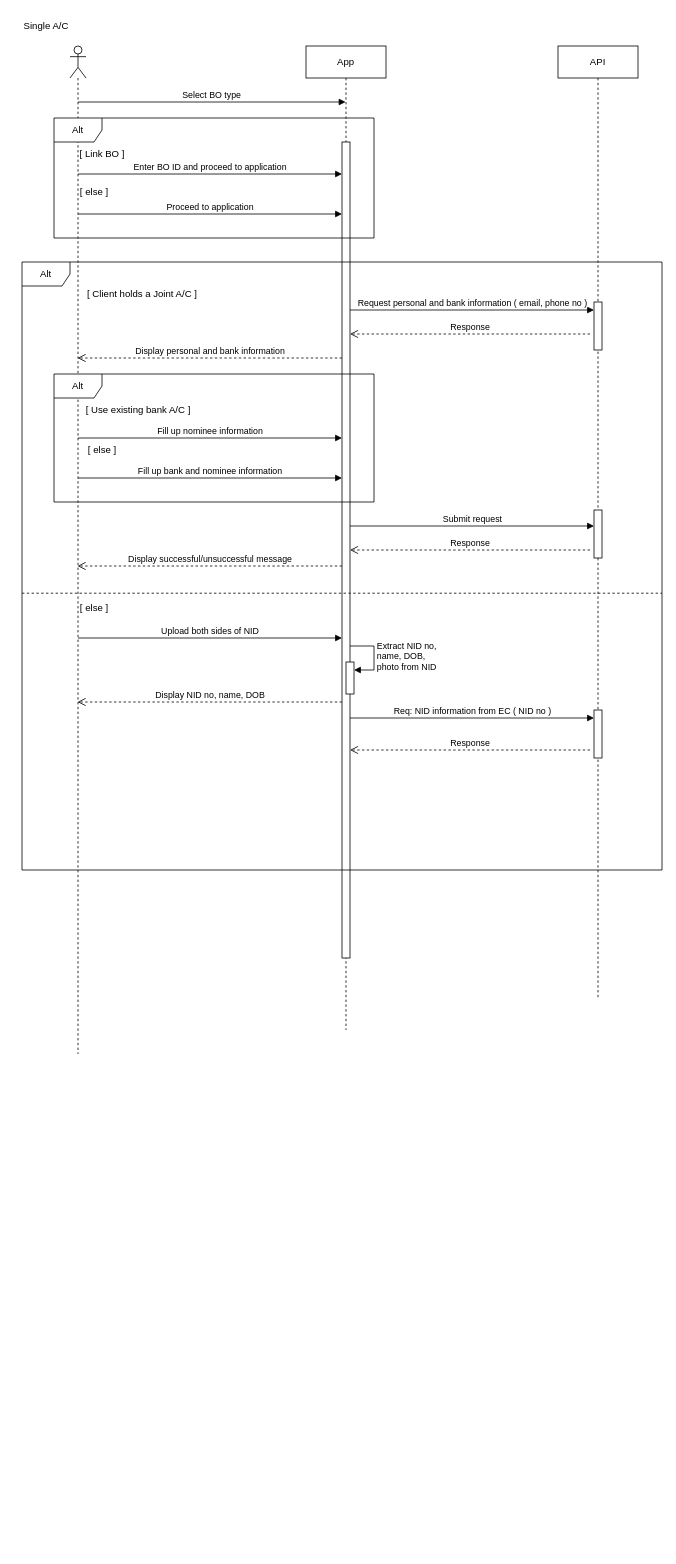
The draw.io diagram page "Page-2" (2 of 3) of src/assets/onboarding_first_demo.drawio in Eritra064/test_repo, before the edit. Source tidied: cells renumbered, new cells numbered last; positions are measured from the earlier drawing's top-left corner, leaving out a move shared by most shapes. Both pictures are drawn from the tidied source at 80%, with x=0, y=0 at pixel (14, 14).
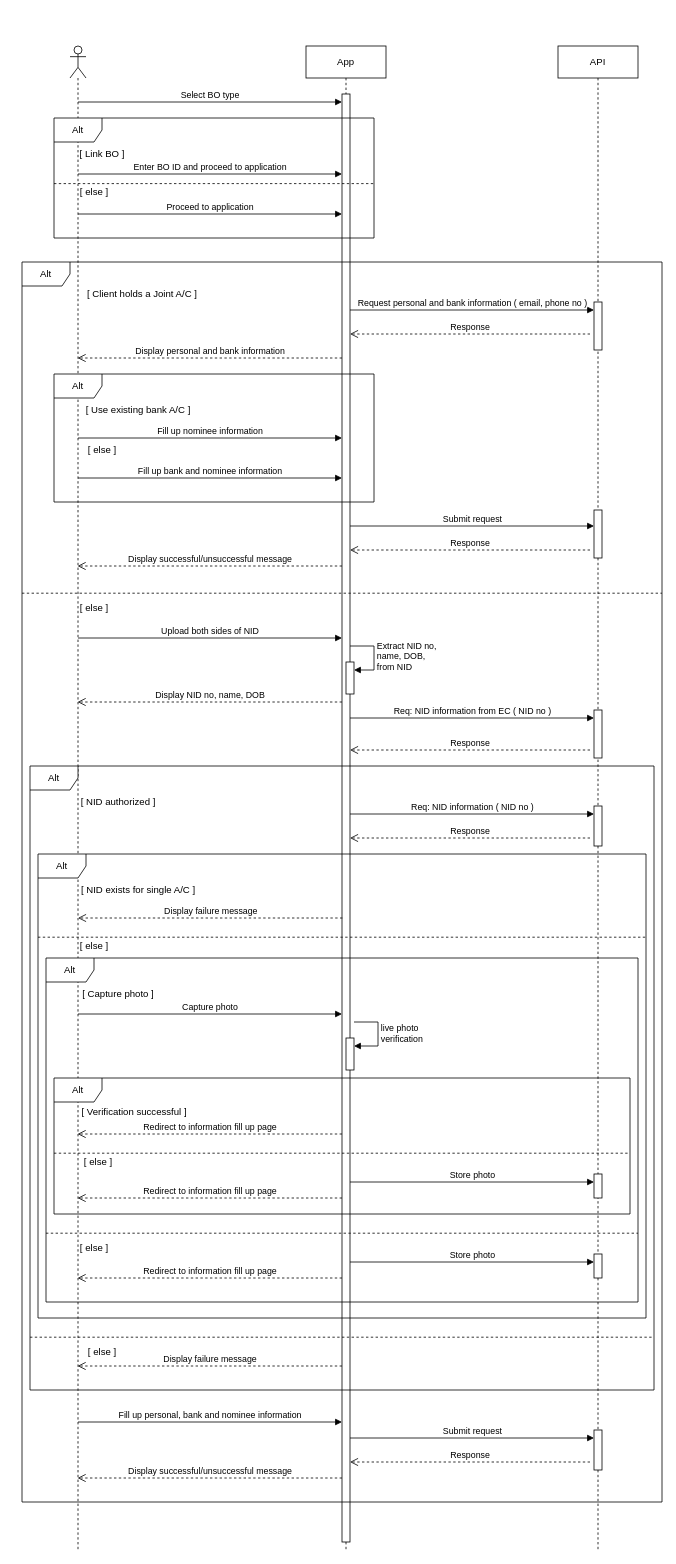
The same page after the edit.

Unchanged cells that the change refers to:
```xml
<mxCell id="31" style="html=1;points=[[0,0,0,0,5],[0,1,0,0,-5],[1,0,0,0,5],[1,1,0,0,-5]];perimeter=orthogonalPerimeter;outlineConnect=0;targetShapes=umlLifeline;portConstraint=eastwest;newEdgeStyle={&quot;curved&quot;:0,&quot;rounded&quot;:0};" parent="1" vertex="1">
  <mxGeometry x="415" y="810" width="10" height="40" as="geometry" />
</mxCell>
```

Change to the diagram source:
```diff
@@
     <mxCell id="2" style="shape=umlLifeline;perimeter=lifelinePerimeter;whiteSpace=wrap;html=1;outlineConnect=0;portConstraint=eastwest;newEdgeStyle={&quot;curved&quot;:0,&quot;rounded&quot;:0};participant=umlActor;" parent="1" vertex="1">
-      <mxGeometry x="70" y="40" width="20" height="1260" as="geometry" />
+      <mxGeometry x="70" y="40" width="20" height="1880" as="geometry" />
     </mxCell>
     <mxCell id="3" value="App" style="shape=umlLifeline;perimeter=lifelinePerimeter;whiteSpace=wrap;html=1;outlineConnect=0;portConstraint=eastwest;newEdgeStyle={&quot;curved&quot;:0,&quot;rounded&quot;:0};" parent="1" vertex="1">
-      <mxGeometry x="365" y="40" width="100" height="1230" as="geometry" />
+      <mxGeometry x="365" y="40" width="100" height="1880" as="geometry" />
     </mxCell>
     <mxCell id="4" style="html=1;points=[[0,0,0,0,5],[0,1,0,0,-5],[1,0,0,0,5],[1,1,0,0,-5]];perimeter=orthogonalPerimeter;outlineConnect=0;targetShapes=umlLifeline;portConstraint=eastwest;newEdgeStyle={&quot;curved&quot;:0,&quot;rounded&quot;:0};" parent="3" vertex="1">
-      <mxGeometry x="45" y="120" width="10" height="1020" as="geometry" />
+      <mxGeometry x="45" y="60" width="10" height="1810" as="geometry" />
     </mxCell>
+    <mxCell id="37" style="html=1;points=[[0,0,0,0,5],[0,1,0,0,-5],[1,0,0,0,5],[1,1,0,0,-5]];perimeter=orthogonalPerimeter;outlineConnect=0;targetShapes=umlLifeline;portConstraint=eastwest;newEdgeStyle={&quot;curved&quot;:0,&quot;rounded&quot;:0};" parent="3" vertex="1">
+      <mxGeometry x="50" y="1240" width="10" height="40" as="geometry" />
+    </mxCell>
     <mxCell id="5" value="API" style="shape=umlLifeline;perimeter=lifelinePerimeter;whiteSpace=wrap;html=1;newEdgeStyle={&quot;curved&quot;:0,&quot;rounded&quot;:0};" parent="1" vertex="1">
-      <mxGeometry x="680" y="40" width="100" height="1190" as="geometry" />
+      <mxGeometry x="680" y="40" width="100" height="1880" as="geometry" />
     </mxCell>
-    <mxCell id="6" value="Single A/C" style="text;html=1;align=center;verticalAlign=middle;strokeColor=none;fillColor=none;" parent="1" vertex="1">
-      <mxGeometry width="80" height="30" as="geometry" />
-    </mxCell>
-    <mxCell id="7" value="Select BO type" style="html=1;verticalAlign=bottom;endArrow=block;curved=0;rounded=0;" parent="1" edge="1" target="3">
+    <mxCell id="7" value="Select BO type" style="html=1;verticalAlign=bottom;endArrow=block;curved=0;rounded=0;" parent="1" edge="1" target="4">
       <mxGeometry relative="1" as="geometry">
         <mxPoint x="80" y="110" as="sourcePoint" />
       </mxGeometry>
     </mxCell>
@@
     <mxCell id="13" value="Alt" style="shape=umlFrame;whiteSpace=wrap;html=1;" parent="1" vertex="1">
-      <mxGeometry x="10" y="310" width="800" height="760" as="geometry" />
+      <mxGeometry x="10" y="310" width="800" height="1550" as="geometry" />
     </mxCell>
@@
-    <mxCell id="32" value="Extract NID no,&lt;div&gt;name, DOB,&amp;nbsp;&lt;/div&gt;&lt;div&gt;photo from NID&lt;/div&gt;" style="html=1;align=left;spacingLeft=2;endArrow=block;rounded=0;edgeStyle=orthogonalEdgeStyle;curved=0;rounded=0;" parent="1" edge="1" target="31">
+    <mxCell id="32" value="Extract NID no,&lt;div&gt;name, DOB,&lt;/div&gt;&lt;div&gt;from NID&lt;/div&gt;" style="html=1;align=left;spacingLeft=2;endArrow=block;rounded=0;edgeStyle=orthogonalEdgeStyle;curved=0;rounded=0;" parent="1" edge="1" target="31">
       <mxGeometry relative="1" as="geometry">
         <mxPoint x="420" y="790" as="sourcePoint" />
         <Array as="points">
           <mxPoint x="450" y="820" />
         </Array>
       </mxGeometry>
     </mxCell>
@@
+    <mxCell id="38" value="Alt" style="shape=umlFrame;whiteSpace=wrap;html=1;" parent="1" vertex="1">
+      <mxGeometry x="20" y="940" width="780" height="780" as="geometry" />
+    </mxCell>
+    <mxCell id="39" value="[ NID authorized ]" style="text;html=1;align=center;verticalAlign=middle;strokeColor=none;fillColor=none;" parent="1" vertex="1">
+      <mxGeometry x="70" y="970" width="120" height="30" as="geometry" />
+    </mxCell>
+    <mxCell id="40" style="html=1;points=[[0,0,0,0,5],[0,1,0,0,-5],[1,0,0,0,5],[1,1,0,0,-5]];perimeter=orthogonalPerimeter;outlineConnect=0;targetShapes=umlLifeline;portConstraint=eastwest;newEdgeStyle={&quot;curved&quot;:0,&quot;rounded&quot;:0};" parent="1" vertex="1">
+      <mxGeometry x="725" y="990" width="10" height="50" as="geometry" />
+    </mxCell>
+    <mxCell id="41" value="Req: NID information ( NID no )" style="html=1;verticalAlign=bottom;endArrow=block;curved=0;rounded=0;" parent="1" edge="1" target="40">
+      <mxGeometry relative="1" as="geometry">
+        <mxPoint x="420" y="1000" as="sourcePoint" />
+      </mxGeometry>
+    </mxCell>
+    <mxCell id="42" value="Response" style="html=1;verticalAlign=bottom;endArrow=open;dashed=1;endSize=8;curved=0;rounded=0;" parent="1" edge="1" target="4">
+      <mxGeometry relative="1" as="geometry">
+        <mxPoint x="720" y="1030" as="sourcePoint" />
+      </mxGeometry>
+    </mxCell>
+    <mxCell id="43" value="Alt" style="shape=umlFrame;whiteSpace=wrap;html=1;" parent="1" vertex="1">
+      <mxGeometry x="30" y="1050" width="760" height="580" as="geometry" />
+    </mxCell>
+    <mxCell id="44" value="[ NID exists for single A/C ]" style="text;html=1;align=center;verticalAlign=middle;strokeColor=none;fillColor=none;" parent="1" vertex="1">
+      <mxGeometry x="70" y="1080" width="170" height="30" as="geometry" />
+    </mxCell>
+    <mxCell id="45" value="Display failure message" style="html=1;verticalAlign=bottom;endArrow=open;dashed=1;endSize=8;curved=0;rounded=0;" parent="1" edge="1">
+      <mxGeometry relative="1" as="geometry">
+        <mxPoint x="410.5" y="1130" as="sourcePoint" />
+        <mxPoint x="80" y="1130" as="targetPoint" />
+      </mxGeometry>
+    </mxCell>
+    <mxCell id="46" style="line;strokeWidth=1;fillColor=none;align=left;verticalAlign=middle;spacingTop=-1;spacingLeft=3;spacingRight=3;labelPosition=right;strokeColor=inherit;dashed=1;" parent="1" vertex="1">
+      <mxGeometry x="30" y="1150" width="760" height="8" as="geometry" />
+    </mxCell>
+    <mxCell id="47" value="[ else ]" style="text;html=1;align=center;verticalAlign=middle;strokeColor=none;fillColor=none;" parent="1" vertex="1">
+      <mxGeometry x="70" y="1150" width="60" height="30" as="geometry" />
+    </mxCell>
+    <mxCell id="48" value="Alt" style="shape=umlFrame;whiteSpace=wrap;html=1;" parent="1" vertex="1">
+      <mxGeometry x="40" y="1180" width="740" height="430" as="geometry" />
+    </mxCell>
+    <mxCell id="49" value="[ Capture photo ]" style="text;html=1;align=center;verticalAlign=middle;strokeColor=none;fillColor=none;" parent="1" vertex="1">
+      <mxGeometry x="75" y="1210" width="110" height="30" as="geometry" />
+    </mxCell>
+    <mxCell id="50" value="Capture photo" style="html=1;verticalAlign=bottom;endArrow=block;curved=0;rounded=0;" parent="1" edge="1">
+      <mxGeometry relative="1" as="geometry">
+        <mxPoint x="80" y="1250" as="sourcePoint" />
+        <mxPoint x="410" y="1250" as="targetPoint" />
+      </mxGeometry>
+    </mxCell>
+    <mxCell id="51" value="live photo&lt;div&gt;verification&lt;/div&gt;" style="html=1;align=left;spacingLeft=2;endArrow=block;rounded=0;edgeStyle=orthogonalEdgeStyle;curved=0;rounded=0;" parent="1" edge="1" target="37">
+      <mxGeometry relative="1" as="geometry">
+        <mxPoint x="425" y="1260" as="sourcePoint" />
+        <Array as="points">
+          <mxPoint x="455" y="1290" />
+        </Array>
+      </mxGeometry>
+    </mxCell>
+    <mxCell id="52" value="Alt" style="shape=umlFrame;whiteSpace=wrap;html=1;" parent="1" vertex="1">
+      <mxGeometry x="50" y="1330" width="720" height="170" as="geometry" />
+    </mxCell>
+    <mxCell id="53" value="[ Verification successful ]" style="text;html=1;align=center;verticalAlign=middle;strokeColor=none;fillColor=none;" parent="1" vertex="1">
+      <mxGeometry x="75" y="1358" width="150" height="30" as="geometry" />
+    </mxCell>
+    <mxCell id="54" value="Redirect to information fill up page" style="html=1;verticalAlign=bottom;endArrow=open;dashed=1;endSize=8;curved=0;rounded=0;" parent="1" edge="1" target="2">
+      <mxGeometry relative="1" as="geometry">
+        <mxPoint x="410" y="1400" as="sourcePoint" />
+      </mxGeometry>
+    </mxCell>
+    <mxCell id="55" style="line;strokeWidth=1;fillColor=none;align=left;verticalAlign=middle;spacingTop=-1;spacingLeft=3;spacingRight=3;labelPosition=right;strokeColor=inherit;dashed=1;" parent="1" vertex="1">
+      <mxGeometry x="50" y="1420" width="720" height="8" as="geometry" />
+    </mxCell>
+    <mxCell id="56" value="[ else ]" style="text;html=1;align=center;verticalAlign=middle;strokeColor=none;fillColor=none;" parent="1" vertex="1">
+      <mxGeometry x="75" y="1420" width="60" height="30" as="geometry" />
+    </mxCell>
+    <mxCell id="57" style="html=1;points=[[0,0,0,0,5],[0,1,0,0,-5],[1,0,0,0,5],[1,1,0,0,-5]];perimeter=orthogonalPerimeter;outlineConnect=0;targetShapes=umlLifeline;portConstraint=eastwest;newEdgeStyle={&quot;curved&quot;:0,&quot;rounded&quot;:0};" parent="1" vertex="1">
+      <mxGeometry x="725" y="1450" width="10" height="30" as="geometry" />
+    </mxCell>
+    <mxCell id="58" value="Store photo" style="html=1;verticalAlign=bottom;endArrow=block;curved=0;rounded=0;" parent="1" edge="1" target="57">
+      <mxGeometry relative="1" as="geometry">
+        <mxPoint x="420" y="1460" as="sourcePoint" />
+      </mxGeometry>
+    </mxCell>
+    <mxCell id="59" value="Redirect to information fill up page" style="html=1;verticalAlign=bottom;endArrow=open;dashed=1;endSize=8;curved=0;rounded=0;" parent="1" edge="1" target="2">
+      <mxGeometry relative="1" as="geometry">
+        <mxPoint x="410" y="1480" as="sourcePoint" />
+      </mxGeometry>
+    </mxCell>
+    <mxCell id="60" style="line;strokeWidth=1;fillColor=none;align=left;verticalAlign=middle;spacingTop=-1;spacingLeft=3;spacingRight=3;labelPosition=right;strokeColor=inherit;dashed=1;" parent="1" vertex="1">
+      <mxGeometry x="40" y="1520" width="740" height="8" as="geometry" />
+    </mxCell>
+    <mxCell id="61" value="[ else ]" style="text;html=1;align=center;verticalAlign=middle;strokeColor=none;fillColor=none;" parent="1" vertex="1">
+      <mxGeometry x="70" y="1528" width="60" height="30" as="geometry" />
+    </mxCell>
+    <mxCell id="62" style="html=1;points=[[0,0,0,0,5],[0,1,0,0,-5],[1,0,0,0,5],[1,1,0,0,-5]];perimeter=orthogonalPerimeter;outlineConnect=0;targetShapes=umlLifeline;portConstraint=eastwest;newEdgeStyle={&quot;curved&quot;:0,&quot;rounded&quot;:0};" parent="1" vertex="1">
+      <mxGeometry x="725" y="1550" width="10" height="30" as="geometry" />
+    </mxCell>
+    <mxCell id="63" value="Store photo" style="html=1;verticalAlign=bottom;endArrow=block;curved=0;rounded=0;" parent="1" edge="1" target="62">
+      <mxGeometry relative="1" as="geometry">
+        <mxPoint x="420" y="1560" as="sourcePoint" />
+      </mxGeometry>
+    </mxCell>
+    <mxCell id="64" value="Redirect to information fill up page" style="html=1;verticalAlign=bottom;endArrow=open;dashed=1;endSize=8;curved=0;rounded=0;" parent="1" edge="1" target="2">
+      <mxGeometry relative="1" as="geometry">
+        <mxPoint x="410" y="1580" as="sourcePoint" />
+      </mxGeometry>
+    </mxCell>
+    <mxCell id="65" style="line;strokeWidth=1;fillColor=none;align=left;verticalAlign=middle;spacingTop=-1;spacingLeft=3;spacingRight=3;labelPosition=right;strokeColor=inherit;dashed=1;" parent="1" vertex="1">
+      <mxGeometry x="20" y="1650" width="780" height="8" as="geometry" />
+    </mxCell>
+    <mxCell id="66" value="[ else ]" style="text;html=1;align=center;verticalAlign=middle;strokeColor=none;fillColor=none;" parent="1" vertex="1">
+      <mxGeometry x="80" y="1658" width="60" height="30" as="geometry" />
+    </mxCell>
+    <mxCell id="67" value="Display failure message" style="html=1;verticalAlign=bottom;endArrow=open;dashed=1;endSize=8;curved=0;rounded=0;" parent="1" edge="1" target="2">
+      <mxGeometry relative="1" as="geometry">
+        <mxPoint x="410" y="1690" as="sourcePoint" />
+      </mxGeometry>
+    </mxCell>
+    <mxCell id="68" value="Fill up personal, bank and nominee information" style="html=1;verticalAlign=bottom;endArrow=block;curved=0;rounded=0;" parent="1" edge="1" target="4">
+      <mxGeometry relative="1" as="geometry">
+        <mxPoint x="80" y="1760" as="sourcePoint" />
+      </mxGeometry>
+    </mxCell>
+    <mxCell id="69" value="Submit request" style="html=1;verticalAlign=bottom;endArrow=block;curved=0;rounded=0;" parent="1" edge="1" target="70">
+      <mxGeometry relative="1" as="geometry">
+        <mxPoint x="420" y="1780" as="sourcePoint" />
+      </mxGeometry>
+    </mxCell>
+    <mxCell id="70" style="html=1;points=[[0,0,0,0,5],[0,1,0,0,-5],[1,0,0,0,5],[1,1,0,0,-5]];perimeter=orthogonalPerimeter;outlineConnect=0;targetShapes=umlLifeline;portConstraint=eastwest;newEdgeStyle={&quot;curved&quot;:0,&quot;rounded&quot;:0};" parent="1" vertex="1">
+      <mxGeometry x="725" y="1770" width="10" height="50" as="geometry" />
+    </mxCell>
+    <mxCell id="71" value="Response" style="html=1;verticalAlign=bottom;endArrow=open;dashed=1;endSize=8;curved=0;rounded=0;" parent="1" edge="1" target="4">
+      <mxGeometry relative="1" as="geometry">
+        <mxPoint x="720" y="1810" as="sourcePoint" />
+      </mxGeometry>
+    </mxCell>
+    <mxCell id="72" value="Display successful/unsuccessful message" style="html=1;verticalAlign=bottom;endArrow=open;dashed=1;endSize=8;curved=0;rounded=0;" parent="1" edge="1" target="2">
+      <mxGeometry relative="1" as="geometry">
+        <mxPoint x="410" y="1830" as="sourcePoint" />
+      </mxGeometry>
+    </mxCell>
+    <mxCell id="73" style="line;strokeWidth=1;fillColor=none;align=left;verticalAlign=middle;spacingTop=-1;spacingLeft=3;spacingRight=3;labelPosition=right;strokeColor=inherit;dashed=1;" parent="1" vertex="1">
+      <mxGeometry x="50" y="208" width="400" height="8" as="geometry" />
+    </mxCell>
```
